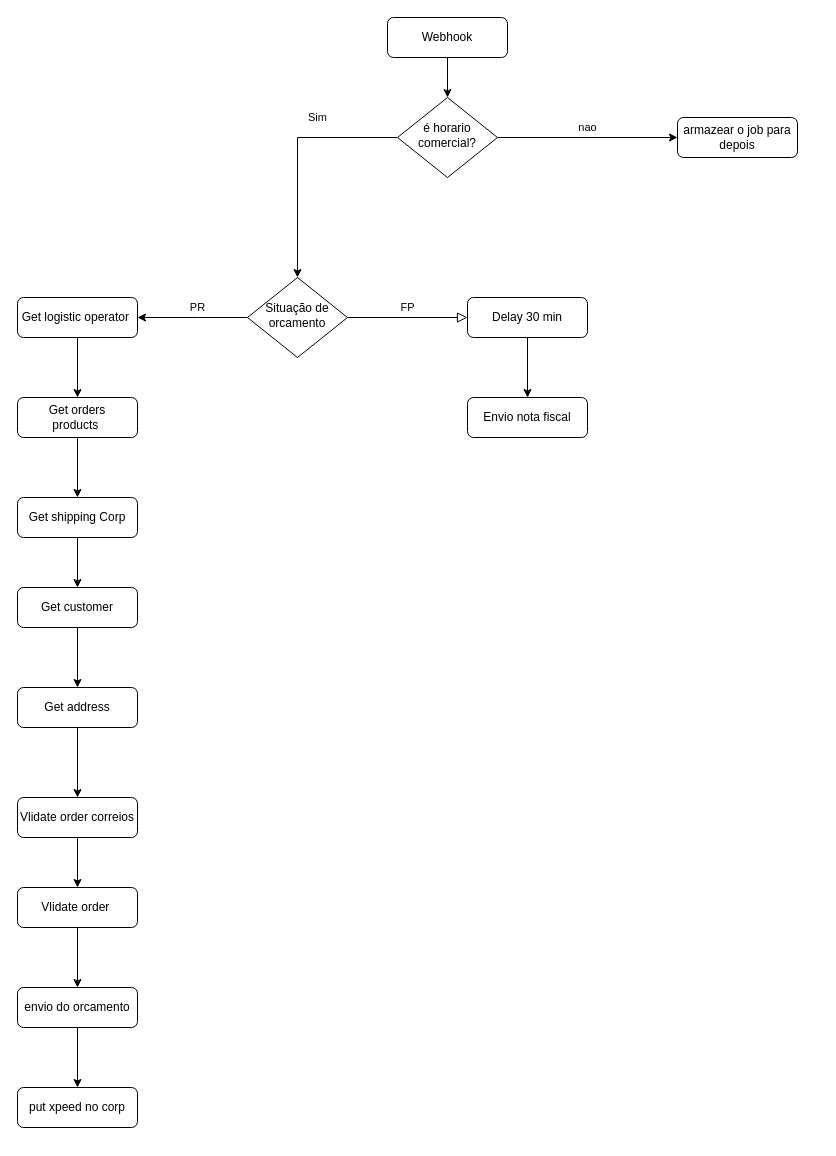
Earlier version of the draw.io diagram Diagrama sem nome.drawio (NandoGoulartt/ts-express-api). Source tidied: cells renumbered, new cells numbered last; positions are measured from the earlier drawing's top-left corner, leaving out a move shared by most shapes. Both pictures are drawn from the tidied source at 100%, with x=0, y=0 at pixel (17, 17).
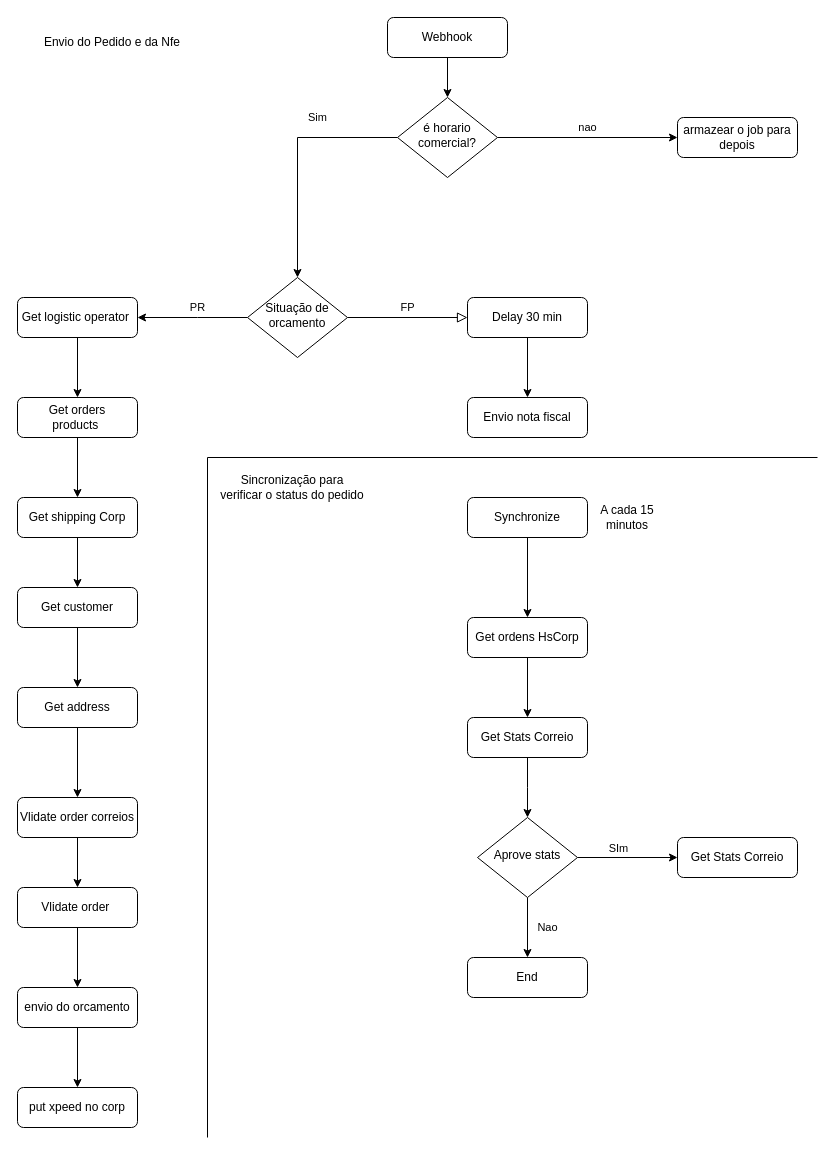
Above is the later version.

Change to the diagram source:
```diff
@@
+    <mxCell id="31" style="edgeStyle=orthogonalEdgeStyle;rounded=0;jettySize=auto;html=1;" parent="1" edge="1" source="32" target="34">
+      <mxGeometry relative="1" as="geometry" />
+    </mxCell>
+    <mxCell id="32" value="Synchronize&lt;br&gt;" style="rounded=1;whiteSpace=wrap;html=1;" parent="1" vertex="1">
+      <mxGeometry x="450" y="480" width="120" height="40" as="geometry" />
+    </mxCell>
+    <mxCell id="33" style="edgeStyle=orthogonalEdgeStyle;rounded=0;jettySize=auto;html=1;entryX=0.5;entryY=0;entryDx=0;entryDy=0;" parent="1" edge="1" source="34" target="37">
+      <mxGeometry relative="1" as="geometry" />
+    </mxCell>
+    <mxCell id="34" value="Get ordens HsCorp" style="rounded=1;whiteSpace=wrap;html=1;" parent="1" vertex="1">
+      <mxGeometry x="450" y="600" width="120" height="40" as="geometry" />
+    </mxCell>
+    <mxCell id="35" value="A cada 15 minutos&lt;br&gt;" style="text;html=1;strokeColor=none;fillColor=none;align=center;verticalAlign=middle;whiteSpace=wrap;rounded=0;" parent="1" vertex="1">
+      <mxGeometry x="580" y="485" width="60" height="30" as="geometry" />
+    </mxCell>
+    <mxCell id="36" style="edgeStyle=orthogonalEdgeStyle;rounded=0;jettySize=auto;html=1;" parent="1" edge="1" source="37">
+      <mxGeometry relative="1" as="geometry">
+        <mxPoint x="510" y="800" as="targetPoint" />
+      </mxGeometry>
+    </mxCell>
+    <mxCell id="37" value="Get Stats Correio" style="rounded=1;whiteSpace=wrap;html=1;" parent="1" vertex="1">
+      <mxGeometry x="450" y="700" width="120" height="40" as="geometry" />
+    </mxCell>
+    <mxCell id="38" style="edgeStyle=orthogonalEdgeStyle;rounded=0;jettySize=auto;html=1;entryX=0;entryY=0.5;entryDx=0;entryDy=0;" parent="1" edge="1" source="41" target="42">
+      <mxGeometry relative="1" as="geometry" />
+    </mxCell>
+    <mxCell id="39" value="SIm&lt;br&gt;" style="edgeLabel;html=1;align=center;verticalAlign=middle;" parent="38" vertex="1">
+      <mxGeometry x="-0.3" y="-1" relative="1" as="geometry">
+        <mxPoint x="5" y="-11" as="offset" />
+      </mxGeometry>
+    </mxCell>
+    <mxCell id="40" value="Nao&lt;br&gt;" style="edgeStyle=orthogonalEdgeStyle;rounded=0;jettySize=auto;html=1;entryX=0.5;entryY=0;entryDx=0;entryDy=0;" parent="1" edge="1" source="41" target="43">
+      <mxGeometry y="20" relative="1" as="geometry" />
+    </mxCell>
+    <mxCell id="41" value="Aprove stats" style="rhombus;whiteSpace=wrap;html=1;shadow=0;fontFamily=Helvetica;fontSize=12;align=center;strokeWidth=1;spacing=6;spacingTop=-4;" parent="1" vertex="1">
+      <mxGeometry x="460" y="800" width="100" height="80" as="geometry" />
+    </mxCell>
+    <mxCell id="42" value="Get Stats Correio" style="rounded=1;whiteSpace=wrap;html=1;" parent="1" vertex="1">
+      <mxGeometry x="660" y="820" width="120" height="40" as="geometry" />
+    </mxCell>
+    <mxCell id="43" value="End" style="rounded=1;whiteSpace=wrap;html=1;" parent="1" vertex="1">
+      <mxGeometry x="450" y="940" width="120" height="40" as="geometry" />
+    </mxCell>
+    <mxCell id="44" style="endArrow=none;html=1;rounded=0;" parent="1" edge="1">
+      <mxGeometry relative="1" as="geometry">
+        <mxPoint x="190" y="440" as="sourcePoint" />
+        <mxPoint x="800" y="440" as="targetPoint" />
+      </mxGeometry>
+    </mxCell>
+    <mxCell id="45" style="endArrow=none;html=1;rounded=0;" parent="1" edge="1">
+      <mxGeometry relative="1" as="geometry">
+        <mxPoint x="190" y="1120" as="sourcePoint" />
+        <mxPoint x="190" y="440" as="targetPoint" />
+      </mxGeometry>
+    </mxCell>
+    <mxCell id="46" value="Envio do Pedido e da Nfe&lt;br&gt;" style="text;html=1;strokeColor=none;fillColor=none;align=center;verticalAlign=middle;whiteSpace=wrap;rounded=0;" parent="1" vertex="1">
+      <mxGeometry x="20" y="10" width="150" height="30" as="geometry" />
+    </mxCell>
+    <mxCell id="47" value="Sincronização para verificar o status do pedido" style="text;html=1;strokeColor=none;fillColor=none;align=center;verticalAlign=middle;whiteSpace=wrap;rounded=0;" parent="1" vertex="1">
+      <mxGeometry x="200" y="455" width="150" height="30" as="geometry" />
+    </mxCell>
```
